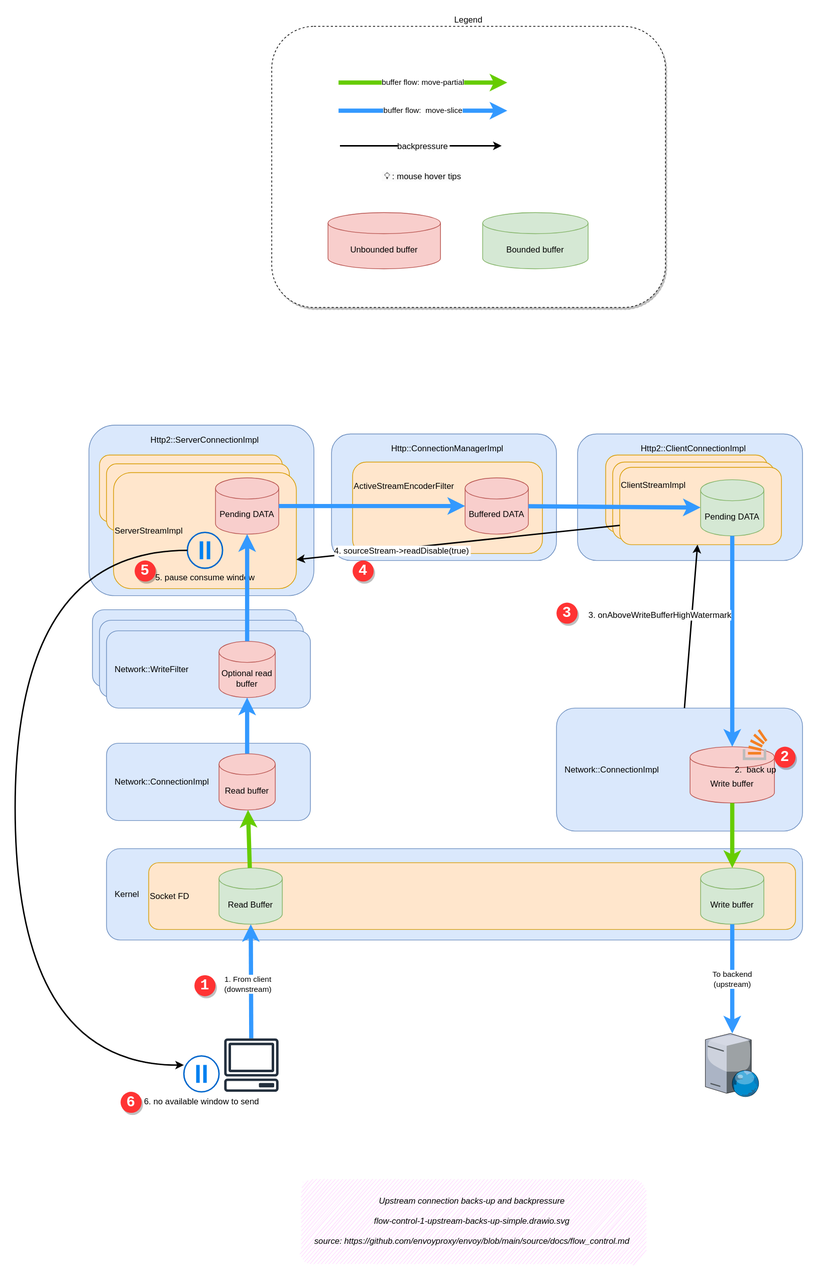
Before: docs/source/ch2-envoy/arch/flow-control/flow-control-1-upstream-backs-up-simple.drawio.svg, a diagram exported from draw.io (labilezhu/istio-insider). Source tidied: cells renumbered, new cells last; positions are measured from the earlier drawing's top-left corner, leaving out a move shared by most shapes.
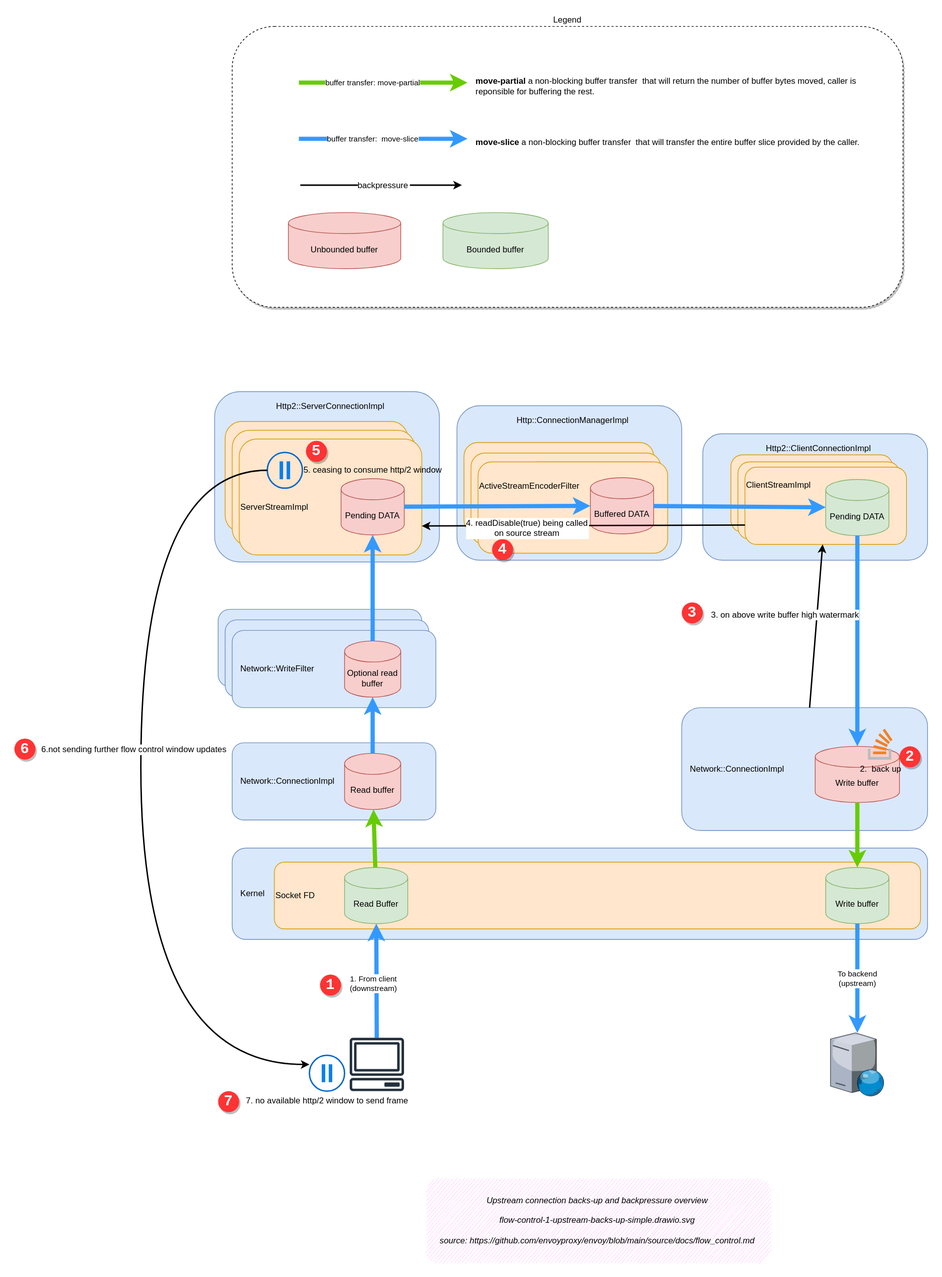
Later version of the same file.

Commit message:
flow control: Upstream connection backs-up and backpressure overview

Diff of the diagram source:
```diff
@@ -2,11 +2,20 @@
   <root>
     <mxCell id="0" />
     <mxCell id="1" parent="0" />
+    <mxCell id="20" value="Http::ConnectionManagerImpl" style="rounded=1;whiteSpace=wrap;html=1;fillColor=#dae8fc;strokeColor=#6c8ebf;align=center;spacingLeft=10;labelPosition=center;verticalLabelPosition=top;verticalAlign=bottom;spacingTop=0;spacingBottom=-30;" parent="1" vertex="1">
+      <mxGeometry x="450" y="540" width="320" height="220" as="geometry" />
+    </mxCell>
+    <mxCell id="64" style="rounded=1;whiteSpace=wrap;html=1;align=left;fillColor=#ffe6cc;strokeColor=#d79b00;spacingBottom=60;" parent="1" vertex="1">
+      <mxGeometry x="460" y="592.5" width="270" height="130" as="geometry" />
+    </mxCell>
+    <mxCell id="65" style="rounded=1;whiteSpace=wrap;html=1;align=left;fillColor=#ffe6cc;strokeColor=#d79b00;spacingBottom=60;" parent="1" vertex="1">
+      <mxGeometry x="470" y="607.5" width="270" height="130" as="geometry" />
+    </mxCell>
     <mxCell id="2" style="rounded=1;whiteSpace=wrap;html=1;align=left;fillColor=#ffe6cc;strokeColor=#d79b00;" parent="1" vertex="1">
-      <mxGeometry x="190" y="610" width="190" height="95" as="geometry" />
+      <mxGeometry x="190" y="562.5" width="190" height="95" as="geometry" />
     </mxCell>
     <mxCell id="3" style="rounded=1;whiteSpace=wrap;html=1;align=left;fillColor=#ffe6cc;strokeColor=#d79b00;" parent="1" vertex="1">
-      <mxGeometry x="200" y="620" width="190" height="95" as="geometry" />
+      <mxGeometry x="200" y="572.5" width="190" height="95" as="geometry" />
     </mxCell>
     <mxCell id="4" value="Ssl::WriteFilter" style="rounded=1;whiteSpace=wrap;html=1;fillColor=#dae8fc;strokeColor=#6c8ebf;align=left;spacingLeft=10;" parent="1" vertex="1">
       <mxGeometry x="110" y="830" width="290" height="110" as="geometry" />
@@ -14,24 +23,24 @@
     <mxCell id="5" value="Ssl::WriteFilter" style="rounded=1;whiteSpace=wrap;html=1;fillColor=#dae8fc;strokeColor=#6c8ebf;align=left;spacingLeft=10;" parent="1" vertex="1">
       <mxGeometry x="120" y="845" width="290" height="110" as="geometry" />
     </mxCell>
-    <object id="6" label="&lt;font style=&quot;&quot;&gt;Upstream connection backs-up and backpressure&lt;br&gt;&lt;br&gt;%page%&lt;br&gt;&lt;br&gt;source:&amp;nbsp;&lt;a href=&quot;https://github.com/envoyproxy/envoy/blob/main/source/docs/flow_control.md&quot;&gt;https://github.com/envoyproxy/envoy/blob/main/source/docs/flow_control.md&lt;/a&gt;&lt;br&gt;&lt;/font&gt;" a="b" placeholders="1">
+    <object id="6" label="&lt;font style=&quot;&quot;&gt;Upstream connection backs-up and backpressure overview&lt;br&gt;&lt;br&gt;%page%&lt;br&gt;&lt;br&gt;source:&amp;nbsp;&lt;a href=&quot;https://github.com/envoyproxy/envoy/blob/main/source/docs/flow_control.md&quot;&gt;https://github.com/envoyproxy/envoy/blob/main/source/docs/flow_control.md&lt;/a&gt;&lt;br&gt;&lt;/font&gt;" a="b" placeholders="1">
       <mxCell style="text;html=1;strokeColor=none;fillColor=#FFCCFF;align=center;verticalAlign=middle;whiteSpace=wrap;rounded=1;glass=0;sketch=1;shadow=0;fontStyle=2;fontSize=12;" parent="1" vertex="1">
         <mxGeometry x="405" y="1640" width="490" height="120" as="geometry" />
       </mxCell>
     </object>
     <mxCell id="7" value="Legend" style="rounded=1;whiteSpace=wrap;html=1;fontColor=#000000;dashed=1;shadow=1;labelPosition=center;verticalLabelPosition=top;align=center;verticalAlign=bottom;" parent="1" vertex="1">
-      <mxGeometry x="365" width="560" height="400" as="geometry" />
+      <mxGeometry x="130" width="955" height="400" as="geometry" />
     </mxCell>
-    <mxCell id="8" value="buffer flow: move-partial" style="endArrow=classic;html=1;strokeColor=#66CC00;fontColor=#000000;jumpStyle=arc;strokeWidth=6;" parent="1" edge="1">
-      <mxGeometry relative="1" as="geometry">
-        <mxPoint x="460" y="80" as="sourcePoint" />
-        <mxPoint x="700" y="80" as="targetPoint" />
+    <mxCell id="8" value="buffer transfer: move-partial" style="endArrow=classic;html=1;strokeColor=#66CC00;fontColor=#000000;jumpStyle=arc;strokeWidth=6;" parent="1" edge="1">
+      <mxGeometry x="-0.12" relative="1" as="geometry">
+        <mxPoint x="225" y="80" as="sourcePoint" />
+        <mxPoint x="465" y="80" as="targetPoint" />
       </mxGeometry>
     </mxCell>
-    <mxCell id="9" value="buffer flow:&amp;nbsp; move-slice" style="endArrow=classic;html=1;strokeColor=#3399FF;fontColor=#000000;jumpStyle=arc;strokeWidth=6;" parent="1" edge="1">
-      <mxGeometry relative="1" as="geometry">
-        <mxPoint x="460" y="120" as="sourcePoint" />
-        <mxPoint x="700" y="120" as="targetPoint" />
+    <mxCell id="9" value="buffer transfer:&amp;nbsp; move-slice" style="endArrow=classic;html=1;strokeColor=#3399FF;fontColor=#000000;jumpStyle=arc;strokeWidth=6;" parent="1" edge="1">
+      <mxGeometry x="-0.12" relative="1" as="geometry">
+        <mxPoint x="225" y="160" as="sourcePoint" />
+        <mxPoint x="465" y="160" as="targetPoint" />
       </mxGeometry>
     </mxCell>
     <mxCell id="10" value="Kernel" style="rounded=1;whiteSpace=wrap;html=1;fillColor=#dae8fc;strokeColor=#6c8ebf;align=left;spacingLeft=10;" parent="1" vertex="1">
@@ -56,17 +65,11 @@
       <mxGeometry x="290" y="875" width="80" height="80" as="geometry" />
     </mxCell>
     <mxCell id="17" value="Http2::ServerConnectionImpl" style="rounded=1;whiteSpace=wrap;html=1;fillColor=#dae8fc;strokeColor=#6c8ebf;align=center;spacingLeft=10;labelPosition=center;verticalLabelPosition=top;verticalAlign=bottom;spacingTop=0;spacingBottom=-30;" parent="1" vertex="1">
-      <mxGeometry x="105" y="567.5" width="320" height="242.5" as="geometry" />
+      <mxGeometry x="105" y="520" width="320" height="242.5" as="geometry" />
     </mxCell>
-    <mxCell id="18" style="rounded=1;whiteSpace=wrap;html=1;align=left;fillColor=#ffe6cc;strokeColor=#d79b00;" parent="1" vertex="1">
-      <mxGeometry x="540" y="610" width="190" height="95" as="geometry" />
-    </mxCell>
     <mxCell id="19" style="rounded=1;whiteSpace=wrap;html=1;align=left;fillColor=#ffe6cc;strokeColor=#d79b00;" parent="1" vertex="1">
       <mxGeometry x="550" y="620" width="190" height="95" as="geometry" />
     </mxCell>
-    <mxCell id="20" value="Http::ConnectionManagerImpl" style="rounded=1;whiteSpace=wrap;html=1;fillColor=#dae8fc;strokeColor=#6c8ebf;align=center;spacingLeft=10;labelPosition=center;verticalLabelPosition=top;verticalAlign=bottom;spacingTop=0;spacingBottom=-30;" parent="1" vertex="1">
-      <mxGeometry x="450" y="580" width="320" height="180" as="geometry" />
-    </mxCell>
     <mxCell id="21" value="ActiveStreamEncoderFilter" style="rounded=1;whiteSpace=wrap;html=1;align=left;fillColor=#ffe6cc;strokeColor=#d79b00;spacingBottom=60;" parent="1" vertex="1">
       <mxGeometry x="480" y="620" width="270" height="130" as="geometry" />
     </mxCell>
@@ -83,10 +86,10 @@
       <mxGeometry x="800" y="580" width="320" height="180" as="geometry" />
     </mxCell>
     <mxCell id="26" value="Unbounded buffer" style="shape=cylinder3;whiteSpace=wrap;html=1;boundedLbl=1;backgroundOutline=1;size=15;fillColor=#f8cecc;strokeColor=#b85450;" parent="1" vertex="1">
-      <mxGeometry x="445" y="265" width="160" height="80" as="geometry" />
+      <mxGeometry x="210" y="265" width="160" height="80" as="geometry" />
     </mxCell>
     <mxCell id="27" value="Bounded buffer" style="shape=cylinder3;whiteSpace=wrap;html=1;boundedLbl=1;backgroundOutline=1;size=15;fillColor=#d5e8d4;strokeColor=#82b366;" parent="1" vertex="1">
-      <mxGeometry x="665" y="265" width="150" height="80" as="geometry" />
+      <mxGeometry x="430" y="265" width="150" height="80" as="geometry" />
     </mxCell>
     <mxCell id="28" value="Socket FD" style="rounded=1;whiteSpace=wrap;html=1;align=left;fillColor=#ffe6cc;strokeColor=#d79b00;" parent="1" vertex="1">
       <mxGeometry x="190" y="1190" width="920" height="95" as="geometry" />
@@ -115,16 +118,16 @@
       <mxGeometry relative="1" as="geometry" />
     </mxCell>
     <mxCell id="36" style="rounded=1;whiteSpace=wrap;html=1;align=left;fillColor=#ffe6cc;strokeColor=#d79b00;" parent="1" vertex="1">
-      <mxGeometry x="120" y="610" width="260" height="95" as="geometry" />
+      <mxGeometry x="120" y="562.5" width="260" height="157.5" as="geometry" />
     </mxCell>
     <mxCell id="37" style="rounded=1;whiteSpace=wrap;html=1;align=left;fillColor=#ffe6cc;strokeColor=#d79b00;" parent="1" vertex="1">
-      <mxGeometry x="130" y="622.5" width="260" height="95" as="geometry" />
+      <mxGeometry x="130" y="575" width="260" height="165" as="geometry" />
     </mxCell>
-    <mxCell id="38" value="ServerStreamImpl" style="rounded=1;whiteSpace=wrap;html=1;align=left;fillColor=#ffe6cc;strokeColor=#d79b00;" parent="1" vertex="1">
-      <mxGeometry x="140" y="635" width="260" height="165" as="geometry" />
+    <mxCell id="38" value="&lt;br&gt;&lt;br&gt;ServerStreamImpl" style="rounded=1;whiteSpace=wrap;html=1;align=left;fillColor=#ffe6cc;strokeColor=#d79b00;" parent="1" vertex="1">
+      <mxGeometry x="140" y="587.5" width="260" height="165" as="geometry" />
     </mxCell>
     <mxCell id="39" value="Pending DATA" style="shape=cylinder3;whiteSpace=wrap;html=1;boundedLbl=1;backgroundOutline=1;size=15;fillColor=#f8cecc;strokeColor=#b85450;" parent="1" vertex="1">
-      <mxGeometry x="285" y="642.5" width="90" height="80" as="geometry" />
+      <mxGeometry x="285" y="644" width="90" height="80" as="geometry" />
     </mxCell>
     <mxCell id="40" style="rounded=1;whiteSpace=wrap;html=1;align=left;fillColor=#ffe6cc;strokeColor=#d79b00;" parent="1" vertex="1">
       <mxGeometry x="840" y="610" width="230" height="110" as="geometry" />
@@ -147,20 +150,17 @@
     <mxCell id="46" style="endArrow=none;html=1;strokeColor=#3399FF;fontColor=#000000;strokeWidth=6;startArrow=classic;startFill=1;endFill=0;" parent="1" edge="1" source="22" target="39">
       <mxGeometry relative="1" as="geometry" />
     </mxCell>
-    <mxCell id="47" value="&lt;span style=&quot;color: rgb(0, 0, 0); font-family: Helvetica; font-size: 12px; font-style: normal; font-variant-ligatures: normal; font-variant-caps: normal; font-weight: 400; letter-spacing: normal; orphans: 2; text-align: left; text-indent: 0px; text-transform: none; widows: 2; word-spacing: 0px; -webkit-text-stroke-width: 0px; background-color: rgb(251, 251, 251); text-decoration-thickness: initial; text-decoration-style: initial; text-decoration-color: initial; float: none; display: inline !important;&quot;&gt;&amp;nbsp;💡 : mouse hover tips&lt;/span&gt;" style="text;whiteSpace=wrap;html=1;" parent="1" vertex="1">
-      <mxGeometry x="520" y="200" width="165" height="25" as="geometry" />
-    </mxCell>
     <mxCell id="48" value="2.&amp;nbsp; back up" style="dashed=0;html=1;align=center;labelPosition=center;verticalLabelPosition=bottom;verticalAlign=top;shape=mxgraph.weblogos.stackoverflow;strokeColor=default;fontSize=12;" parent="1" vertex="1">
       <mxGeometry x="1035" y="1000" width="35" height="44" as="geometry" />
     </mxCell>
-    <mxCell id="49" value="&lt;span style=&quot;text-align: left; background-color: rgb(251, 251, 251);&quot;&gt;3. onAboveWriteBufferHighWatermark&lt;/span&gt;" style="endArrow=classic;html=1;strokeWidth=2;fontSize=12;jumpStyle=arc;" parent="1" edge="1" source="13" target="42">
+    <mxCell id="49" value="&lt;span style=&quot;text-align: left; background-color: rgb(251, 251, 251);&quot;&gt;3. on above write buffer high watermark&lt;/span&gt;" style="endArrow=classic;html=1;strokeWidth=2;fontSize=12;jumpStyle=arc;" parent="1" edge="1" source="13" target="42">
       <mxGeometry x="0.11" y="45" relative="1" as="geometry" />
     </mxCell>
-    <mxCell id="50" value="4. sourceStream-&gt;readDisable(true)" style="endArrow=classic;strokeWidth=2;fontSize=12;jumpStyle=arc;exitX=0;exitY=0.75;exitDx=0;exitDy=0;entryX=1;entryY=0.75;entryDx=0;entryDy=0;" parent="1" edge="1" source="42" target="38">
+    <mxCell id="50" value="4. readDisable(true) being called &#10;on source stream" style="endArrow=classic;strokeWidth=2;fontSize=12;jumpStyle=arc;exitX=0;exitY=0.75;exitDx=0;exitDy=0;entryX=1;entryY=0.75;entryDx=0;entryDy=0;" parent="1" edge="1" source="42" target="38">
       <mxGeometry x="0.35" y="3" relative="1" as="geometry" />
     </mxCell>
-    <mxCell id="51" value="5. pause consume window" style="html=1;verticalLabelPosition=bottom;labelBackgroundColor=none;verticalAlign=top;shadow=0;dashed=0;strokeWidth=2;shape=mxgraph.ios7.misc.pause;strokeColor=#0066CC;sketch=0;fillColor=none;" parent="1" vertex="1">
-      <mxGeometry x="245" y="720" width="50" height="51" as="geometry" />
+    <mxCell id="51" value="5. ceasing to consume http/2 window" style="html=1;verticalLabelPosition=middle;labelBackgroundColor=none;verticalAlign=middle;shadow=0;dashed=0;strokeWidth=2;shape=mxgraph.ios7.misc.pause;strokeColor=#0066CC;sketch=0;fillColor=none;labelPosition=right;align=left;" parent="1" vertex="1">
+      <mxGeometry x="180" y="606.5" width="50" height="51" as="geometry" />
     </mxCell>
     <mxCell id="52" style="sketch=0;outlineConnect=0;fontColor=#232F3E;gradientColor=none;fillColor=#232F3D;strokeColor=none;dashed=0;verticalLabelPosition=bottom;verticalAlign=top;align=center;html=1;fontSize=12;fontStyle=0;shape=mxgraph.aws4.client;labelBackgroundColor=none;" parent="1" vertex="1">
       <mxGeometry x="297" y="1440" width="78" height="76" as="geometry" />
@@ -168,7 +168,7 @@
     <mxCell id="53" style="verticalLabelPosition=bottom;sketch=0;html=1;verticalAlign=top;strokeColor=none;align=center;outlineConnect=0;shape=mxgraph.citrix.web_server;labelBackgroundColor=none;fillColor=none;" parent="1" vertex="1">
       <mxGeometry x="981.8" y="1433" width="76.5" height="90" as="geometry" />
     </mxCell>
-    <mxCell id="54" value="6. no available window to send" style="html=1;verticalLabelPosition=bottom;labelBackgroundColor=none;verticalAlign=top;shadow=0;dashed=0;strokeWidth=2;shape=mxgraph.ios7.misc.pause;strokeColor=#0066CC;sketch=0;fillColor=none;" parent="1" vertex="1">
+    <mxCell id="54" value="7. no available http/2 window to send frame" style="html=1;verticalLabelPosition=bottom;labelBackgroundColor=none;verticalAlign=top;shadow=0;dashed=0;strokeWidth=2;shape=mxgraph.ios7.misc.pause;strokeColor=#0066CC;sketch=0;fillColor=none;" parent="1" vertex="1">
       <mxGeometry x="240" y="1465" width="50" height="51" as="geometry" />
     </mxCell>
     <mxCell id="55" value="2" style="ellipse;whiteSpace=wrap;html=1;labelBackgroundColor=none;strokeColor=none;fillColor=#FF3333;gradientColor=none;fontColor=#FFFFFF;fontFamily=Courier New;fontStyle=1;fontSize=21;shadow=1;" parent="1" vertex="1">
@@ -181,24 +181,24 @@
       <mxGeometry x="770" y="820" width="30" height="30" as="geometry" />
     </mxCell>
     <mxCell id="58" value="4" style="ellipse;whiteSpace=wrap;html=1;labelBackgroundColor=none;strokeColor=none;fillColor=#FF3333;gradientColor=none;fontColor=#FFFFFF;fontFamily=Courier New;fontStyle=1;fontSize=21;shadow=1;" parent="1" vertex="1">
-      <mxGeometry x="480" y="760" width="30" height="30" as="geometry" />
+      <mxGeometry x="500" y="730" width="30" height="30" as="geometry" />
     </mxCell>
     <mxCell id="59" value="5" style="ellipse;whiteSpace=wrap;html=1;labelBackgroundColor=none;strokeColor=none;fillColor=#FF3333;gradientColor=none;fontColor=#FFFFFF;fontFamily=Courier New;fontStyle=1;fontSize=21;shadow=1;" parent="1" vertex="1">
-      <mxGeometry x="170" y="760" width="30" height="30" as="geometry" />
+      <mxGeometry x="235" y="590" width="30" height="30" as="geometry" />
     </mxCell>
-    <mxCell id="60" value="6" style="ellipse;whiteSpace=wrap;html=1;labelBackgroundColor=none;strokeColor=none;fillColor=#FF3333;gradientColor=none;fontColor=#FFFFFF;fontFamily=Courier New;fontStyle=1;fontSize=21;shadow=1;" parent="1" vertex="1">
-      <mxGeometry x="150" y="1516" width="30" height="30" as="geometry" />
+    <mxCell id="60" value="7" style="ellipse;whiteSpace=wrap;html=1;labelBackgroundColor=none;strokeColor=none;fillColor=#FF3333;gradientColor=none;fontColor=#FFFFFF;fontFamily=Courier New;fontStyle=1;fontSize=21;shadow=1;" parent="1" vertex="1">
+      <mxGeometry x="110" y="1516" width="30" height="30" as="geometry" />
     </mxCell>
     <mxCell id="61" value="backpressure" style="endArrow=classic;strokeWidth=2;fontSize=12;jumpStyle=arc;" parent="1" edge="1">
       <mxGeometry x="0.03" relative="1" as="geometry">
-        <mxPoint x="462" y="170" as="sourcePoint" />
-        <mxPoint x="692" y="170" as="targetPoint" />
+        <mxPoint x="227" y="226" as="sourcePoint" />
+        <mxPoint x="457" y="226" as="targetPoint" />
       </mxGeometry>
     </mxCell>
-    <mxCell id="62" style="endArrow=classic;html=1;strokeWidth=2;fontSize=12;jumpStyle=arc;edgeStyle=orthogonalEdgeStyle;curved=1;" parent="1" edge="1" source="51" target="54">
-      <mxGeometry x="0.11" y="45" relative="1" as="geometry">
+    <mxCell id="62" value="6.not sending further flow control window updates" style="endArrow=classic;html=1;strokeWidth=2;fontSize=12;jumpStyle=arc;edgeStyle=orthogonalEdgeStyle;curved=1;" parent="1" edge="1" source="51" target="54">
+      <mxGeometry x="-0.09" y="-10" relative="1" as="geometry">
         <Array as="points">
-          <mxPoint y="746" />
+          <mxPoint y="632" />
           <mxPoint y="1478" />
         </Array>
       </mxGeometry>
@@ -206,5 +206,14 @@
     <mxCell id="63" style="endArrow=none;html=1;strokeColor=#3399FF;fontColor=#000000;strokeWidth=6;startArrow=classic;startFill=1;endFill=0;" parent="1" edge="1" source="39" target="16">
       <mxGeometry relative="1" as="geometry" />
     </mxCell>
+    <mxCell id="66" value="&lt;b&gt;move-partial&lt;/b&gt;&amp;nbsp; a non-blocking buffer transfer&amp;nbsp; that will return the number of buffer bytes moved, caller is reponsible for buffering the rest." style="text;html=1;strokeColor=none;fillColor=none;align=left;verticalAlign=middle;whiteSpace=wrap;rounded=0;" parent="1" vertex="1">
+      <mxGeometry x="475" y="70" width="555" height="30" as="geometry" />
+    </mxCell>
+    <mxCell id="67" value="&lt;b&gt;move-slice&amp;nbsp;&lt;/b&gt;&amp;nbsp; a non-blocking buffer transfer&amp;nbsp; that will transfer the entire buffer slice provided by the caller." style="text;html=1;strokeColor=none;fillColor=none;align=left;verticalAlign=middle;whiteSpace=wrap;rounded=0;" parent="1" vertex="1">
+      <mxGeometry x="475" y="150" width="575" height="30" as="geometry" />
+    </mxCell>
+    <mxCell id="68" value="6" style="ellipse;whiteSpace=wrap;html=1;labelBackgroundColor=none;strokeColor=none;fillColor=#FF3333;gradientColor=none;fontColor=#FFFFFF;fontFamily=Courier New;fontStyle=1;fontSize=21;shadow=1;" parent="1" vertex="1">
+      <mxGeometry x="-180" y="1014" width="30" height="30" as="geometry" />
+    </mxCell>
   </root>
 </mxGraphModel>
```
